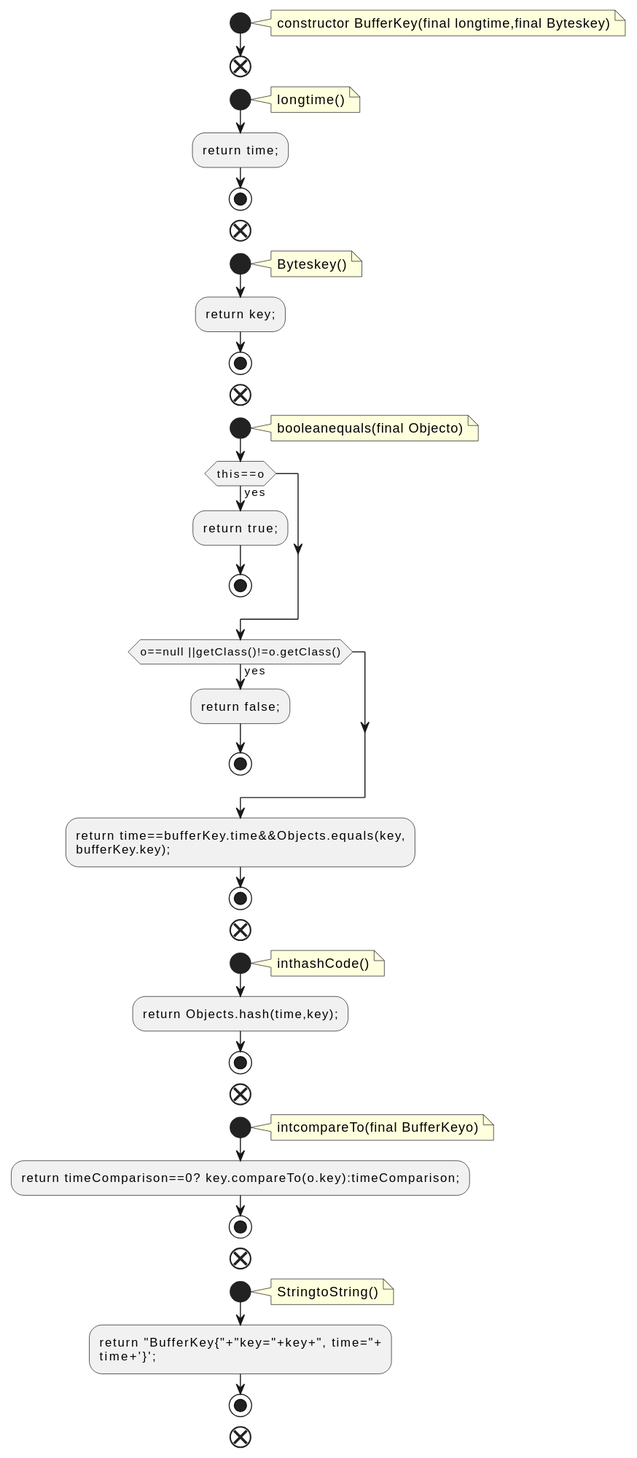
Before: docs/qc/streams/src/main/java/org/apache/kafka/streams/state/internals/BufferKey.java.fct.svg, a diagram exported from PlantUML (qualitesys/kafka).
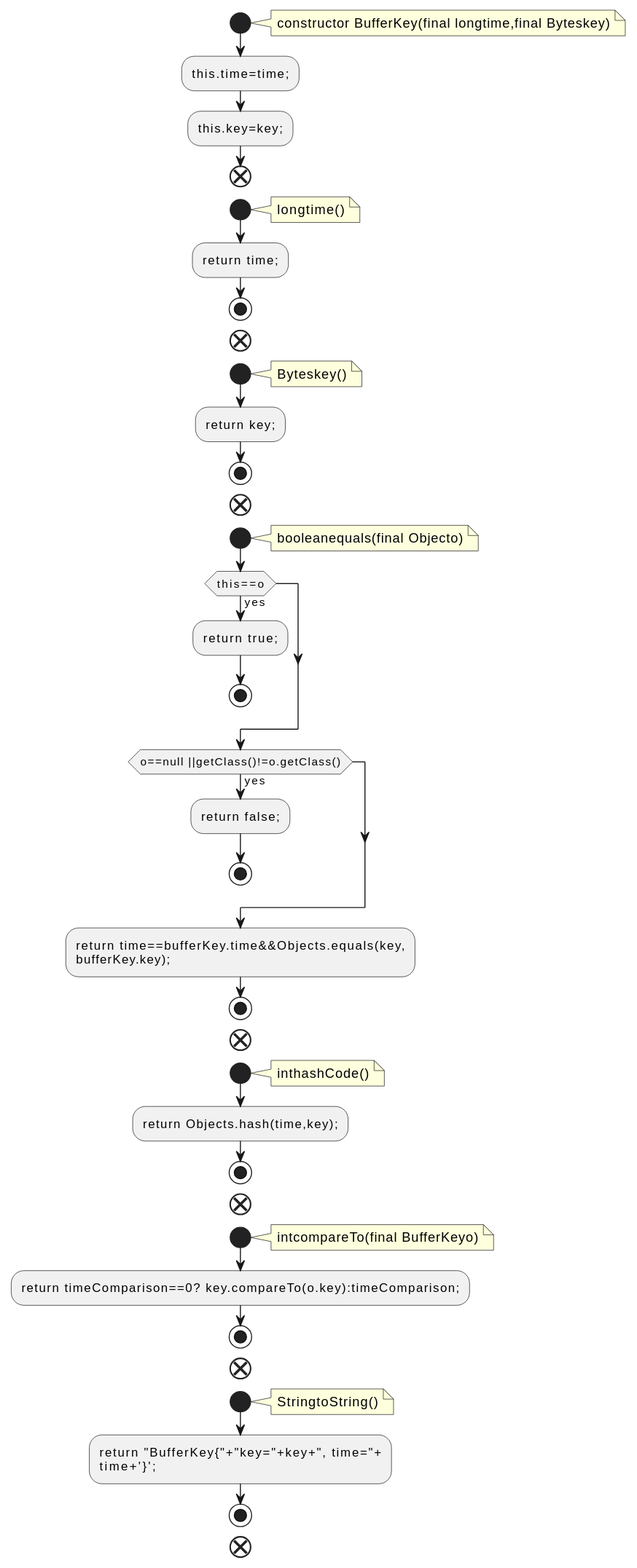
After the commit.

Change to the diagram source:
```diff
@@ -4,6 +4,8 @@
 note right
 constructor BufferKey(final longtime,final Byteskey)
 end note
+:this.time=time;;
+:this.key=key;;
 end
 start
 note right
```
